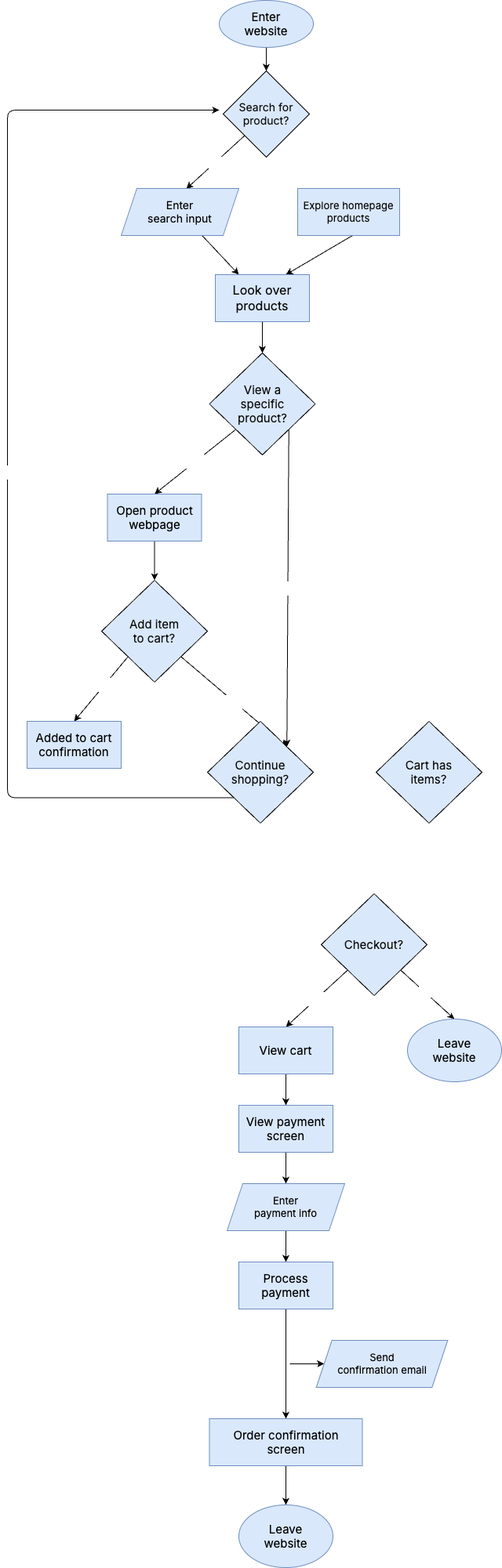
aelew/sp26-cse110-lab4 keeps this draw.io diagram as explore/diagramming/diagram.drawio.png. Above is the earlier version. Source tidied: cells renumbered, new cells last; positions are measured from the earlier drawing's top-left corner, leaving out a move shared by most shapes.
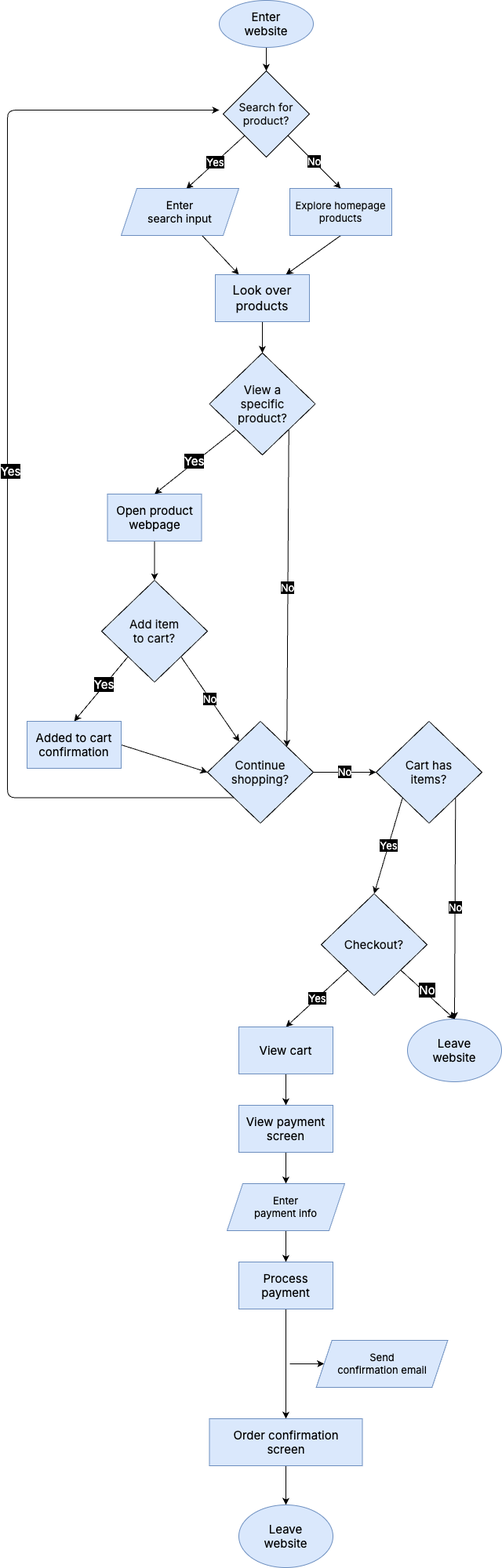
After the commit.

Change to the diagram source:
```diff
@@ -1,2 +1,2 @@
-<mxGraphModel>
+<mxGraphModel background="#FFFFFF">
   <root>
@@ -4,3 +4,3 @@
     <mxCell id="1" parent="0" />
-    <mxCell id="2" style="edgeStyle=none;html=1;entryX=0.5;entryY=0;entryDx=0;entryDy=0;fontFamily=Inter;fontSource=https%3A%2F%2Ffonts.googleapis.com%2Fcss%3Ffamily%3DInter;fontSize=15;fontColor=#0D0D0D;" parent="1" edge="1" target="5">
+    <mxCell id="2" style="edgeStyle=none;html=1;entryX=0.5;entryY=0;entryDx=0;entryDy=0;fontFamily=Inter;fontSource=https%3A%2F%2Ffonts.googleapis.com%2Fcss%3Ffamily%3DInter;fontSize=13;fontColor=#000000;strokeColor=#000000;" parent="1" edge="1" target="5">
       <mxGeometry relative="1" as="geometry">
@@ -9,6 +9,6 @@
     </mxCell>
-    <mxCell id="3" value="&lt;font color=&quot;#ffffff&quot;&gt;Yes&lt;/font&gt;" style="edgeStyle=none;html=1;exitX=0;exitY=1;exitDx=0;exitDy=0;entryX=0.553;entryY=0.008;entryDx=0;entryDy=0;entryPerimeter=0;fontFamily=Inter;fontSource=https%3A%2F%2Ffonts.googleapis.com%2Fcss%3Ffamily%3DInter;fontSize=13;fontColor=#000000;" parent="1" edge="1" source="5" target="7">
+    <mxCell id="3" value="&lt;font style=&quot;background-color: rgb(0, 0, 0);&quot; color=&quot;#ffffff&quot;&gt;Yes&lt;/font&gt;" style="edgeStyle=none;html=1;exitX=0;exitY=1;exitDx=0;exitDy=0;entryX=0.553;entryY=0.008;entryDx=0;entryDy=0;entryPerimeter=0;fontFamily=Inter;fontSource=https%3A%2F%2Ffonts.googleapis.com%2Fcss%3Ffamily%3DInter;fontSize=13;fontColor=#000000;strokeColor=#000000;" parent="1" edge="1" source="5" target="7">
       <mxGeometry relative="1" as="geometry" />
     </mxCell>
-    <mxCell id="4" value="&lt;font color=&quot;#ffffff&quot;&gt;No&lt;/font&gt;" style="edgeStyle=none;shape=connector;rounded=1;html=1;exitX=1;exitY=1;exitDx=0;exitDy=0;entryX=0.5;entryY=0;entryDx=0;entryDy=0;labelBackgroundColor=default;strokeColor=#FFFFFF;fontFamily=Inter;fontSource=https%3A%2F%2Ffonts.googleapis.com%2Fcss%3Ffamily%3DInter;fontSize=13;fontColor=#000000;endArrow=classic;" parent="1" edge="1" source="5" target="46">
+    <mxCell id="4" value="&lt;font style=&quot;background-color: rgb(0, 0, 0);&quot; color=&quot;#ffffff&quot;&gt;No&lt;/font&gt;" style="edgeStyle=none;shape=connector;rounded=1;html=1;exitX=1;exitY=1;exitDx=0;exitDy=0;entryX=0.5;entryY=0;entryDx=0;entryDy=0;labelBackgroundColor=default;strokeColor=#000000;fontFamily=Inter;fontSource=https%3A%2F%2Ffonts.googleapis.com%2Fcss%3Ffamily%3DInter;fontSize=13;fontColor=#000000;endArrow=classic;" parent="1" edge="1" source="5" target="46">
       <mxGeometry relative="1" as="geometry" />
@@ -18,3 +18,3 @@
     </mxCell>
-    <mxCell id="6" style="edgeStyle=none;html=1;entryX=0.25;entryY=0;entryDx=0;entryDy=0;fontFamily=Inter;fontSource=https%3A%2F%2Ffonts.googleapis.com%2Fcss%3Ffamily%3DInter;fontSize=15;fontColor=#FFFFFF;" parent="1" edge="1" source="7" target="10">
+    <mxCell id="6" style="edgeStyle=none;html=1;entryX=0.25;entryY=0;entryDx=0;entryDy=0;fontFamily=Inter;fontSource=https%3A%2F%2Ffonts.googleapis.com%2Fcss%3Ffamily%3DInter;fontSize=13;fontColor=#000000;strokeColor=#000000;" parent="1" edge="1" source="7" target="10">
       <mxGeometry relative="1" as="geometry" />
@@ -24,8 +24,6 @@
     </mxCell>
-    <mxCell id="8" style="edgeStyle=none;html=1;exitX=0.5;exitY=1;exitDx=0;exitDy=0;entryX=0.75;entryY=0;entryDx=0;entryDy=0;fontFamily=Inter;fontSource=https%3A%2F%2Ffonts.googleapis.com%2Fcss%3Ffamily%3DInter;fontSize=15;fontColor=#FFFFFF;" parent="1" edge="1" target="10">
-      <mxGeometry relative="1" as="geometry">
-        <mxPoint x="440" y="300" as="sourcePoint" />
-      </mxGeometry>
+    <mxCell id="8" style="edgeStyle=none;html=1;exitX=0.5;exitY=1;exitDx=0;exitDy=0;entryX=0.75;entryY=0;entryDx=0;entryDy=0;fontFamily=Inter;fontSource=https%3A%2F%2Ffonts.googleapis.com%2Fcss%3Ffamily%3DInter;fontSize=13;fontColor=#000000;strokeColor=#000000;" parent="1" edge="1" source="46" target="10">
+      <mxGeometry relative="1" as="geometry" />
     </mxCell>
-    <mxCell id="9" style="edgeStyle=none;html=1;exitX=0.5;exitY=1;exitDx=0;exitDy=0;entryX=0.5;entryY=0;entryDx=0;entryDy=0;fontFamily=Inter;fontSource=https%3A%2F%2Ffonts.googleapis.com%2Fcss%3Ffamily%3DInter;fontSize=15;fontColor=#FFFFFF;" parent="1" edge="1" source="10" target="14">
+    <mxCell id="9" style="edgeStyle=none;html=1;exitX=0.5;exitY=1;exitDx=0;exitDy=0;entryX=0.5;entryY=0;entryDx=0;entryDy=0;fontFamily=Inter;fontSource=https%3A%2F%2Ffonts.googleapis.com%2Fcss%3Ffamily%3DInter;fontSize=13;fontColor=#000000;strokeColor=#000000;" parent="1" edge="1" source="10" target="14">
       <mxGeometry relative="1" as="geometry" />
@@ -35,9 +33,9 @@
     </mxCell>
-    <mxCell id="11" style="edgeStyle=none;html=1;exitX=0;exitY=1;exitDx=0;exitDy=0;entryX=0.5;entryY=0;entryDx=0;entryDy=0;fontFamily=Inter;fontSource=https%3A%2F%2Ffonts.googleapis.com%2Fcss%3Ffamily%3DInter;fontSize=15;fontColor=#000000;" parent="1" edge="1" source="14" target="16">
+    <mxCell id="11" style="edgeStyle=none;html=1;exitX=0;exitY=1;exitDx=0;exitDy=0;entryX=0.5;entryY=0;entryDx=0;entryDy=0;fontFamily=Inter;fontSource=https%3A%2F%2Ffonts.googleapis.com%2Fcss%3Ffamily%3DInter;fontSize=13;fontColor=#000000;strokeColor=#000000;" parent="1" edge="1" source="14" target="16">
       <mxGeometry relative="1" as="geometry" />
     </mxCell>
-    <mxCell id="12" value="&lt;font color=&quot;#ffffff&quot;&gt;Yes&lt;/font&gt;" style="edgeLabel;html=1;align=center;verticalAlign=middle;fontSize=15;fontFamily=Inter;fontColor=#000000;" parent="11" vertex="1">
+    <mxCell id="12" value="&lt;font style=&quot;background-color: rgb(0, 0, 0);&quot; color=&quot;#ffffff&quot;&gt;Yes&lt;/font&gt;" style="edgeLabel;html=1;align=center;verticalAlign=middle;fontSize=15;fontFamily=Inter;fontColor=#000000;" parent="11" vertex="1">
       <mxGeometry y="-2" relative="1" as="geometry" />
     </mxCell>
-    <mxCell id="13" value="&lt;font color=&quot;#ffffff&quot;&gt;No&lt;/font&gt;" style="edgeStyle=none;html=1;exitX=1;exitY=1;exitDx=0;exitDy=0;fontFamily=Inter;fontSource=https%3A%2F%2Ffonts.googleapis.com%2Fcss%3Ffamily%3DInter;fontSize=15;fontColor=#000000;entryX=1;entryY=0;entryDx=0;entryDy=0;" parent="1" edge="1" source="14" target="26">
+    <mxCell id="13" value="&lt;font style=&quot;background-color: rgb(0, 0, 0);&quot; color=&quot;#ffffff&quot;&gt;No&lt;/font&gt;" style="edgeStyle=none;html=1;exitX=1;exitY=1;exitDx=0;exitDy=0;fontFamily=Inter;fontSource=https%3A%2F%2Ffonts.googleapis.com%2Fcss%3Ffamily%3DInter;fontSize=13;fontColor=#000000;entryX=1;entryY=0;entryDx=0;entryDy=0;strokeColor=#000000;" parent="1" edge="1" source="14" target="26">
       <mxGeometry relative="1" as="geometry" />
@@ -47,3 +45,3 @@
     </mxCell>
-    <mxCell id="15" style="edgeStyle=none;html=1;exitX=0.5;exitY=1;exitDx=0;exitDy=0;entryX=0.5;entryY=0;entryDx=0;entryDy=0;fontFamily=Inter;fontSource=https%3A%2F%2Ffonts.googleapis.com%2Fcss%3Ffamily%3DInter;fontSize=15;fontColor=#FFFFFF;" parent="1" edge="1" source="16" target="20">
+    <mxCell id="15" style="edgeStyle=none;html=1;exitX=0.5;exitY=1;exitDx=0;exitDy=0;entryX=0.5;entryY=0;entryDx=0;entryDy=0;fontFamily=Inter;fontSource=https%3A%2F%2Ffonts.googleapis.com%2Fcss%3Ffamily%3DInter;fontSize=13;fontColor=#000000;strokeColor=#000000;" parent="1" edge="1" source="16" target="20">
       <mxGeometry relative="1" as="geometry" />
@@ -53,9 +51,9 @@
     </mxCell>
-    <mxCell id="17" style="edgeStyle=none;html=1;exitX=0;exitY=1;exitDx=0;exitDy=0;entryX=0.5;entryY=0;entryDx=0;entryDy=0;fontFamily=Inter;fontSource=https%3A%2F%2Ffonts.googleapis.com%2Fcss%3Ffamily%3DInter;fontSize=15;fontColor=#000000;" parent="1" edge="1" source="20" target="22">
+    <mxCell id="17" style="edgeStyle=none;html=1;exitX=0;exitY=1;exitDx=0;exitDy=0;entryX=0.5;entryY=0;entryDx=0;entryDy=0;fontFamily=Inter;fontSource=https%3A%2F%2Ffonts.googleapis.com%2Fcss%3Ffamily%3DInter;fontSize=13;fontColor=#000000;strokeColor=#000000;" parent="1" edge="1" source="20" target="22">
       <mxGeometry relative="1" as="geometry" />
     </mxCell>
-    <mxCell id="18" value="&lt;font color=&quot;#ffffff&quot;&gt;Yes&lt;/font&gt;" style="edgeLabel;html=1;align=center;verticalAlign=middle;fontSize=15;fontFamily=Inter;fontColor=#000000;" parent="17" vertex="1">
+    <mxCell id="18" value="&lt;font style=&quot;background-color: rgb(0, 0, 0);&quot; color=&quot;#ffffff&quot;&gt;Yes&lt;/font&gt;" style="edgeLabel;html=1;align=center;verticalAlign=middle;fontSize=15;fontFamily=Inter;fontColor=#000000;" parent="17" vertex="1">
       <mxGeometry x="-0.13" y="-2" relative="1" as="geometry" />
     </mxCell>
-    <mxCell id="19" value="No" style="edgeStyle=none;html=1;exitX=1;exitY=1;exitDx=0;exitDy=0;entryX=1;entryY=0;entryDx=0;entryDy=0;fontFamily=Inter;fontSource=https%3A%2F%2Ffonts.googleapis.com%2Fcss%3Ffamily%3DInter;fontSize=15;fontColor=#FFFFFF;" parent="1" edge="1" source="20" target="26">
+    <mxCell id="19" value="&lt;span style=&quot;background-color: rgb(0, 0, 0);&quot;&gt;&lt;font color=&quot;#ffffff&quot;&gt;No&lt;/font&gt;&lt;/span&gt;" style="edgeStyle=none;html=1;exitX=1;exitY=1;exitDx=0;exitDy=0;fontFamily=Inter;fontSource=https%3A%2F%2Ffonts.googleapis.com%2Fcss%3Ffamily%3DInter;fontSize=13;fontColor=#000000;strokeColor=#000000;" parent="1" edge="1" source="20" target="26">
       <mxGeometry relative="1" as="geometry" />
@@ -65,3 +63,3 @@
     </mxCell>
-    <mxCell id="21" style="edgeStyle=none;shape=connector;rounded=1;html=1;exitX=1;exitY=0.5;exitDx=0;exitDy=0;entryX=0;entryY=0.5;entryDx=0;entryDy=0;labelBackgroundColor=default;strokeColor=#FFFFFF;fontFamily=Inter;fontSource=https%3A%2F%2Ffonts.googleapis.com%2Fcss%3Ffamily%3DInter;fontSize=14;fontColor=#FFFFFF;endArrow=classic;" parent="1" edge="1" source="22" target="26">
+    <mxCell id="21" style="edgeStyle=none;shape=connector;rounded=1;html=1;exitX=1;exitY=0.5;exitDx=0;exitDy=0;entryX=0;entryY=0.5;entryDx=0;entryDy=0;labelBackgroundColor=default;strokeColor=default;fontFamily=Inter;fontSource=https%3A%2F%2Ffonts.googleapis.com%2Fcss%3Ffamily%3DInter;fontSize=15;fontColor=#000000;endArrow=classic;" parent="1" edge="1" source="22" target="26">
       <mxGeometry relative="1" as="geometry" />
@@ -71,3 +69,3 @@
     </mxCell>
-    <mxCell id="23" style="edgeStyle=orthogonalEdgeStyle;html=1;exitX=0;exitY=1;exitDx=0;exitDy=0;fontFamily=Inter;fontSource=https%3A%2F%2Ffonts.googleapis.com%2Fcss%3Ffamily%3DInter;fontSize=15;fontColor=#FFFFFF;" parent="1" edge="1" source="26">
+    <mxCell id="23" style="edgeStyle=orthogonalEdgeStyle;html=1;exitX=0;exitY=1;exitDx=0;exitDy=0;fontFamily=Inter;fontSource=https%3A%2F%2Ffonts.googleapis.com%2Fcss%3Ffamily%3DInter;fontSize=13;fontColor=#000000;strokeColor=#000000;" parent="1" edge="1" source="26">
       <mxGeometry relative="1" as="geometry">
@@ -80,6 +78,6 @@
     </mxCell>
-    <mxCell id="24" value="Yes" style="edgeLabel;html=1;align=center;verticalAlign=middle;fontSize=15;fontFamily=Inter;fontColor=#FFFFFF;" parent="23" vertex="1">
+    <mxCell id="24" value="&lt;span style=&quot;background-color: rgb(0, 0, 0);&quot;&gt;Yes&lt;/span&gt;" style="edgeLabel;html=1;align=center;verticalAlign=middle;fontSize=15;fontFamily=Inter;fontColor=#FFFFFF;" parent="23" vertex="1">
       <mxGeometry x="-0.02" y="-3" relative="1" as="geometry" />
     </mxCell>
-    <mxCell id="25" value="No" style="edgeStyle=none;shape=connector;rounded=1;html=1;exitX=1;exitY=0.5;exitDx=0;exitDy=0;entryX=0;entryY=0.5;entryDx=0;entryDy=0;labelBackgroundColor=default;strokeColor=#FFFFFF;fontFamily=Inter;fontSource=https%3A%2F%2Ffonts.googleapis.com%2Fcss%3Ffamily%3DInter;fontSize=13;fontColor=#FFFFFF;endArrow=classic;" parent="1" edge="1" source="26" target="49">
+    <mxCell id="25" value="&lt;span style=&quot;background-color: rgb(0, 0, 0);&quot;&gt;&lt;font color=&quot;#ffffff&quot;&gt;No&lt;/font&gt;&lt;/span&gt;" style="edgeStyle=none;shape=connector;rounded=1;html=1;exitX=1;exitY=0.5;exitDx=0;exitDy=0;entryX=0;entryY=0.5;entryDx=0;entryDy=0;labelBackgroundColor=default;strokeColor=#000000;fontFamily=Inter;fontSource=https%3A%2F%2Ffonts.googleapis.com%2Fcss%3Ffamily%3DInter;fontSize=13;fontColor=#000000;endArrow=classic;" parent="1" edge="1" source="26" target="49">
       <mxGeometry relative="1" as="geometry" />
@@ -89,9 +87,9 @@
     </mxCell>
-    <mxCell id="27" value="Yes" style="edgeStyle=none;html=1;exitX=0;exitY=1;exitDx=0;exitDy=0;entryX=0.5;entryY=0;entryDx=0;entryDy=0;fontFamily=Inter;fontSource=https%3A%2F%2Ffonts.googleapis.com%2Fcss%3Ffamily%3DInter;fontSize=15;fontColor=#FFFFFF;" parent="1" edge="1" source="30" target="32">
+    <mxCell id="27" value="&lt;span style=&quot;background-color: rgb(0, 0, 0);&quot;&gt;&lt;font color=&quot;#ffffff&quot;&gt;Yes&lt;/font&gt;&lt;/span&gt;" style="edgeStyle=none;html=1;exitX=0;exitY=1;exitDx=0;exitDy=0;entryX=0.5;entryY=0;entryDx=0;entryDy=0;fontFamily=Inter;fontSource=https%3A%2F%2Ffonts.googleapis.com%2Fcss%3Ffamily%3DInter;fontSize=13;fontColor=#000000;strokeColor=#000000;" parent="1" edge="1" source="30" target="32">
       <mxGeometry relative="1" as="geometry" />
     </mxCell>
-    <mxCell id="28" style="edgeStyle=none;html=1;exitX=1;exitY=1;exitDx=0;exitDy=0;entryX=0.5;entryY=0;entryDx=0;entryDy=0;fontFamily=Inter;fontSource=https%3A%2F%2Ffonts.googleapis.com%2Fcss%3Ffamily%3DInter;fontSize=15;fontColor=#000000;" parent="1" edge="1" source="30" target="33">
+    <mxCell id="28" style="edgeStyle=none;html=1;exitX=1;exitY=1;exitDx=0;exitDy=0;entryX=0.5;entryY=0;entryDx=0;entryDy=0;fontFamily=Inter;fontSource=https%3A%2F%2Ffonts.googleapis.com%2Fcss%3Ffamily%3DInter;fontSize=13;fontColor=#000000;strokeColor=#000000;" parent="1" edge="1" source="30" target="33">
       <mxGeometry relative="1" as="geometry" />
     </mxCell>
-    <mxCell id="29" value="&lt;font color=&quot;#ffffff&quot;&gt;No&lt;/font&gt;" style="edgeLabel;html=1;align=center;verticalAlign=middle;fontSize=15;fontFamily=Inter;fontColor=#000000;" parent="28" vertex="1">
+    <mxCell id="29" value="&lt;font style=&quot;background-color: rgb(0, 0, 0);&quot; color=&quot;#ffffff&quot;&gt;No&lt;/font&gt;" style="edgeLabel;html=1;align=center;verticalAlign=middle;fontSize=15;fontFamily=Inter;fontColor=#000000;" parent="28" vertex="1">
       <mxGeometry x="-0.1" y="4" relative="1" as="geometry" />
@@ -101,3 +99,3 @@
     </mxCell>
-    <mxCell id="31" style="edgeStyle=none;html=1;exitX=0.5;exitY=1;exitDx=0;exitDy=0;entryX=0.5;entryY=0;entryDx=0;entryDy=0;fontFamily=Inter;fontSource=https%3A%2F%2Ffonts.googleapis.com%2Fcss%3Ffamily%3DInter;fontSize=15;fontColor=#FFFFFF;" parent="1" edge="1" source="32" target="35">
+    <mxCell id="31" style="edgeStyle=none;html=1;exitX=0.5;exitY=1;exitDx=0;exitDy=0;entryX=0.5;entryY=0;entryDx=0;entryDy=0;fontFamily=Inter;fontSource=https%3A%2F%2Ffonts.googleapis.com%2Fcss%3Ffamily%3DInter;fontSize=13;fontColor=#000000;strokeColor=#000000;" parent="1" edge="1" source="32" target="35">
       <mxGeometry relative="1" as="geometry" />
@@ -110,3 +108,3 @@
     </mxCell>
-    <mxCell id="34" style="edgeStyle=none;html=1;exitX=0.5;exitY=1;exitDx=0;exitDy=0;entryX=0.5;entryY=0;entryDx=0;entryDy=0;fontFamily=Inter;fontSource=https%3A%2F%2Ffonts.googleapis.com%2Fcss%3Ffamily%3DInter;fontSize=15;fontColor=#FFFFFF;" parent="1" edge="1" source="35" target="37">
+    <mxCell id="34" style="edgeStyle=none;html=1;exitX=0.5;exitY=1;exitDx=0;exitDy=0;entryX=0.5;entryY=0;entryDx=0;entryDy=0;fontFamily=Inter;fontSource=https%3A%2F%2Ffonts.googleapis.com%2Fcss%3Ffamily%3DInter;fontSize=13;fontColor=#000000;strokeColor=#000000;" parent="1" edge="1" source="35" target="37">
       <mxGeometry relative="1" as="geometry" />
@@ -116,4 +114,6 @@
     </mxCell>
-    <mxCell id="36" style="edgeStyle=none;html=1;exitX=0.5;exitY=1;exitDx=0;exitDy=0;entryX=0.5;entryY=0;entryDx=0;entryDy=0;fontFamily=Inter;fontSource=https%3A%2F%2Ffonts.googleapis.com%2Fcss%3Ffamily%3DInter;fontSize=15;fontColor=#FFFFFF;" parent="1" edge="1" source="37" target="39">
-      <mxGeometry relative="1" as="geometry" />
+    <mxCell id="36" style="edgeStyle=none;html=1;entryX=0.5;entryY=0;entryDx=0;entryDy=0;fontFamily=Inter;fontSource=https%3A%2F%2Ffonts.googleapis.com%2Fcss%3Ffamily%3DInter;fontSize=13;fontColor=#000000;strokeColor=#000000;" parent="1" edge="1" target="39">
+      <mxGeometry relative="1" as="geometry">
+        <mxPoint x="355" y="1570" as="sourcePoint" />
+      </mxGeometry>
     </mxCell>
@@ -122,3 +122,3 @@
     </mxCell>
-    <mxCell id="38" style="edgeStyle=none;html=1;fontFamily=Inter;fontSource=https%3A%2F%2Ffonts.googleapis.com%2Fcss%3Ffamily%3DInter;fontSize=15;fontColor=#FFFFFF;" parent="1" edge="1" source="39" target="41">
+    <mxCell id="38" style="edgeStyle=none;html=1;fontFamily=Inter;fontSource=https%3A%2F%2Ffonts.googleapis.com%2Fcss%3Ffamily%3DInter;fontSize=13;fontColor=#000000;strokeColor=#000000;" parent="1" edge="1" source="39" target="41">
       <mxGeometry relative="1" as="geometry" />
@@ -128,3 +128,3 @@
     </mxCell>
-    <mxCell id="40" style="edgeStyle=none;html=1;exitX=0.5;exitY=1;exitDx=0;exitDy=0;fontFamily=Inter;fontSource=https%3A%2F%2Ffonts.googleapis.com%2Fcss%3Ffamily%3DInter;fontSize=15;fontColor=#FFFFFF;" parent="1" edge="1" source="41">
+    <mxCell id="40" style="edgeStyle=none;html=1;exitX=0.5;exitY=1;exitDx=0;exitDy=0;fontFamily=Inter;fontSource=https%3A%2F%2Ffonts.googleapis.com%2Fcss%3Ffamily%3DInter;fontSize=13;fontColor=#000000;strokeColor=#000000;" parent="1" edge="1" source="41">
       <mxGeometry relative="1" as="geometry">
@@ -139,3 +139,3 @@
     </mxCell>
-    <mxCell id="43" style="edgeStyle=none;html=1;fontFamily=Inter;fontSource=https%3A%2F%2Ffonts.googleapis.com%2Fcss%3Ffamily%3DInter;fontSize=15;fontColor=#FFFFFF;entryX=0;entryY=0.5;entryDx=0;entryDy=0;" parent="1" edge="1" target="44">
+    <mxCell id="43" style="edgeStyle=none;html=1;fontFamily=Inter;fontSource=https%3A%2F%2Ffonts.googleapis.com%2Fcss%3Ffamily%3DInter;fontSize=13;fontColor=#000000;entryX=0;entryY=0.5;entryDx=0;entryDy=0;strokeColor=#000000;" parent="1" edge="1" target="44">
       <mxGeometry relative="1" as="geometry">
@@ -151,8 +151,8 @@
     <mxCell id="46" value="&lt;font style=&quot;font-size: 13px;&quot; color=&quot;#080808&quot;&gt;&lt;span&gt;Explore homepage&lt;br&gt;products&lt;br&gt;&lt;/span&gt;&lt;/font&gt;" style="whiteSpace=wrap;html=1;fillColor=#dae8fc;strokeColor=#6c8ebf;fontFamily=Inter;fontSource=https%3A%2F%2Ffonts.googleapis.com%2Fcss%3Ffamily%3DInter;fontStyle=0;" parent="1" vertex="1">
-      <mxGeometry x="370" y="240" width="130" height="60" as="geometry" />
+      <mxGeometry x="360" y="240" width="130" height="60" as="geometry" />
     </mxCell>
-    <mxCell id="47" value="Yes" style="shape=connector;rounded=1;html=1;exitX=0;exitY=1;exitDx=0;exitDy=0;entryX=0.5;entryY=0;entryDx=0;entryDy=0;labelBackgroundColor=default;strokeColor=#FFFFFF;fontFamily=Inter;fontSource=https%3A%2F%2Ffonts.googleapis.com%2Fcss%3Ffamily%3DInter;fontSize=13;fontColor=#FFFFFF;endArrow=classic;" parent="1" edge="1" source="49" target="30">
+    <mxCell id="47" value="&lt;span style=&quot;background-color: rgb(0, 0, 0);&quot;&gt;&lt;font color=&quot;#ffffff&quot;&gt;Yes&lt;/font&gt;&lt;/span&gt;" style="shape=connector;rounded=1;html=1;exitX=0;exitY=1;exitDx=0;exitDy=0;entryX=0.5;entryY=0;entryDx=0;entryDy=0;labelBackgroundColor=default;strokeColor=#000000;fontFamily=Inter;fontSource=https%3A%2F%2Ffonts.googleapis.com%2Fcss%3Ffamily%3DInter;fontSize=13;fontColor=#000000;endArrow=classic;" parent="1" edge="1" source="49" target="30">
       <mxGeometry relative="1" as="geometry" />
     </mxCell>
-    <mxCell id="48" value="No" style="edgeStyle=none;shape=connector;rounded=1;html=1;exitX=1;exitY=1;exitDx=0;exitDy=0;entryX=0.5;entryY=0;entryDx=0;entryDy=0;labelBackgroundColor=default;strokeColor=#FFFFFF;fontFamily=Inter;fontSource=https%3A%2F%2Ffonts.googleapis.com%2Fcss%3Ffamily%3DInter;fontSize=13;fontColor=#FFFFFF;endArrow=classic;" parent="1" edge="1" source="49" target="33">
+    <mxCell id="48" value="&lt;font style=&quot;background-color: rgb(0, 0, 0);&quot; color=&quot;#ffffff&quot;&gt;No&lt;/font&gt;" style="edgeStyle=none;shape=connector;rounded=1;html=1;exitX=1;exitY=1;exitDx=0;exitDy=0;entryX=0.5;entryY=0;entryDx=0;entryDy=0;labelBackgroundColor=default;strokeColor=#000000;fontFamily=Inter;fontSource=https%3A%2F%2Ffonts.googleapis.com%2Fcss%3Ffamily%3DInter;fontSize=13;fontColor=#000000;endArrow=classic;" parent="1" edge="1" source="49" target="33">
       <mxGeometry relative="1" as="geometry" />
```
